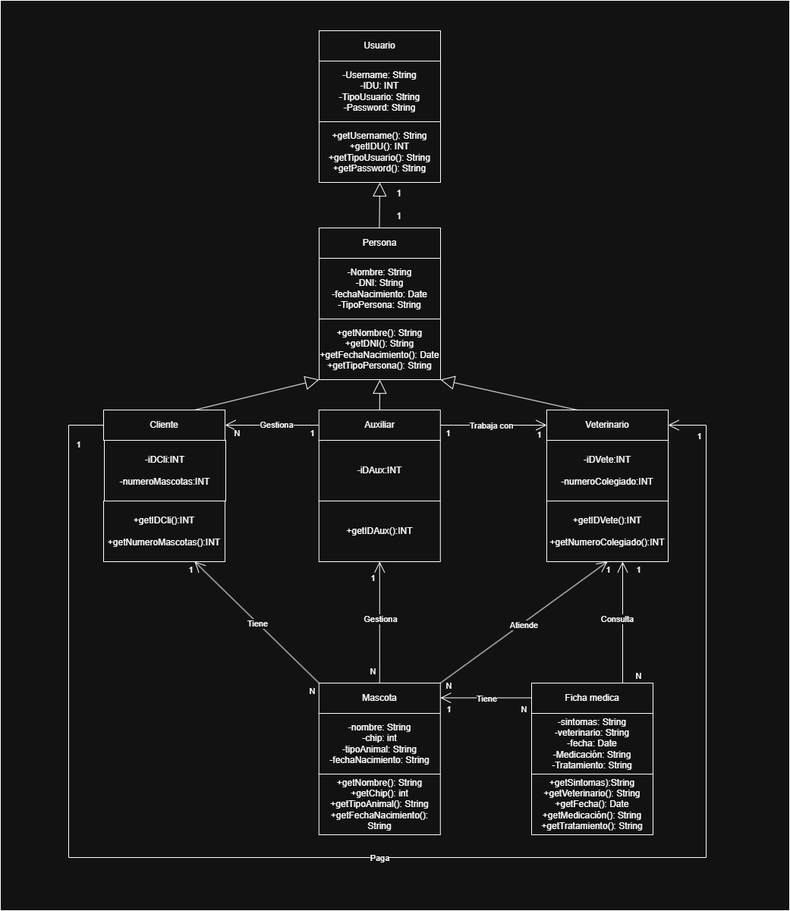
Before: Documentacion/UML Clases Clinica veterinaria PROYECTO.drawio.png, a diagram exported from draw.io (JuanAntonioMedac/ED_WEB_2024_2025). Source tidied: cells renumbered, new cells last; positions are measured from the earlier drawing's top-left corner, leaving out a move shared by most shapes.
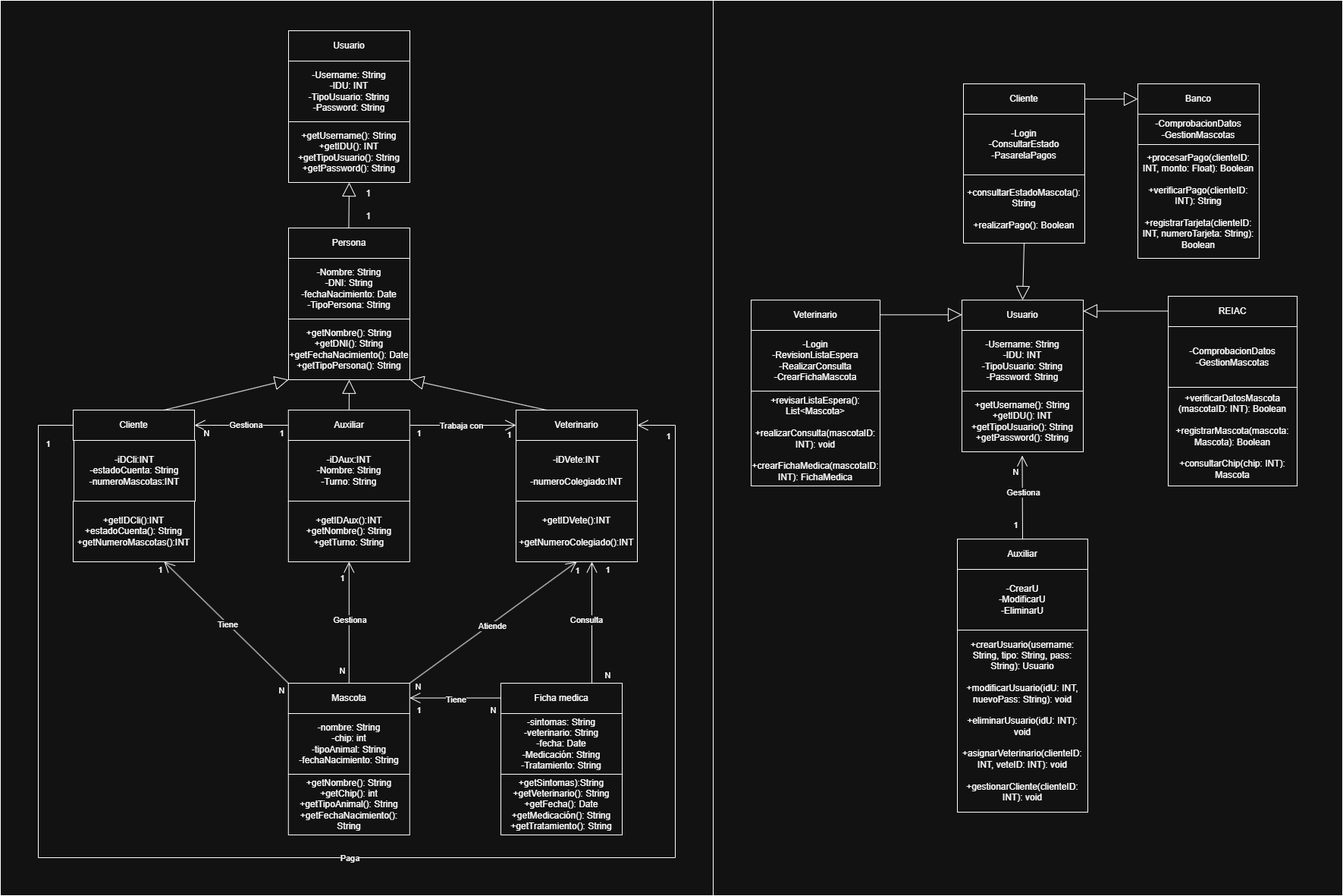
Above is the later version.

Diff of the diagram source:
```diff
@@ -2,16 +2,19 @@
   <root>
     <mxCell id="0" />
     <mxCell id="1" parent="0" />
-    <mxCell id="2" style="rounded=0;whiteSpace=wrap;html=1;" parent="1" vertex="1">
-      <mxGeometry width="1040" height="1200" as="geometry" />
-    </mxCell>
+    <mxCell id="63" style="rounded=0;whiteSpace=wrap;html=1;" parent="1" vertex="1">
+      <mxGeometry x="40" width="940" height="1180" as="geometry" />
+    </mxCell>
+    <mxCell id="64" style="rounded=0;whiteSpace=wrap;html=1;" parent="1" vertex="1">
+      <mxGeometry x="980" width="830" height="1180" as="geometry" />
+    </mxCell>
     <mxCell id="3" style="group;" parent="1" vertex="1">
       <mxGeometry x="280" y="300" width="440" height="760" as="geometry" />
     </mxCell>
     <mxCell id="4" value="Cliente" style="rounded=0;whiteSpace=wrap;html=1;" parent="3" vertex="1">
       <mxGeometry x="-144" y="240" width="160" height="40" as="geometry" />
     </mxCell>
-    <mxCell id="5" value="&lt;div&gt;-iDCli:INT&lt;/div&gt;&lt;div&gt;&lt;br&gt;&lt;/div&gt;-numeroMascotas:INT" style="rounded=0;whiteSpace=wrap;html=1;" parent="3" vertex="1">
+    <mxCell id="5" value="&lt;div&gt;-iDCli:INT&lt;/div&gt;&lt;div&gt;-estadoCuenta: String&lt;/div&gt;-numeroMascotas:INT" style="rounded=0;whiteSpace=wrap;html=1;" parent="3" vertex="1">
       <mxGeometry x="-143" y="280" width="160" height="80" as="geometry" />
     </mxCell>
     <mxCell id="6" value="Veterinario" style="rounded=0;whiteSpace=wrap;html=1;" parent="3" vertex="1">
@@ -26,7 +29,7 @@
     <mxCell id="9" value="+getNombre(): String&lt;br&gt;+getDNI(): String&lt;br&gt;+getFechaNacimiento(): Date&lt;div&gt;+getTipoPersona(): String&lt;/div&gt;" style="rounded=0;whiteSpace=wrap;html=1;" parent="3" vertex="1">
       <mxGeometry x="140" y="120" width="160" height="80" as="geometry" />
     </mxCell>
-    <mxCell id="10" value="&lt;div&gt;+getIDCli():INT&lt;/div&gt;&lt;div&gt;&lt;br&gt;&lt;/div&gt;+getNumeroMascotas():INT" style="rounded=0;whiteSpace=wrap;html=1;" parent="3" vertex="1">
+    <mxCell id="10" value="&lt;div&gt;+getIDCli():INT&lt;/div&gt;&lt;div&gt;+estadoCuenta(): String&lt;/div&gt;+getNumeroMascotas():INT" style="rounded=0;whiteSpace=wrap;html=1;" parent="3" vertex="1">
       <mxGeometry x="-144" y="360" width="160" height="80" as="geometry" />
     </mxCell>
     <mxCell id="11" value="&lt;div&gt;-iDVete:INT&lt;/div&gt;&lt;div&gt;&lt;br&gt;&lt;/div&gt;-numeroColegiado:INT" style="rounded=0;whiteSpace=wrap;html=1;" parent="3" vertex="1">
@@ -89,10 +92,10 @@
     <mxCell id="26" value="Auxiliar" style="rounded=0;whiteSpace=wrap;html=1;" parent="3" vertex="1">
       <mxGeometry x="139.8" y="240" width="160" height="40" as="geometry" />
     </mxCell>
-    <mxCell id="27" value="-iDAux:INT" style="rounded=0;whiteSpace=wrap;html=1;" parent="3" vertex="1">
+    <mxCell id="27" value="-iDAux:INT&lt;div&gt;-Nombre: String&lt;/div&gt;&lt;div&gt;-Turno: String&lt;/div&gt;" style="rounded=0;whiteSpace=wrap;html=1;" parent="3" vertex="1">
       <mxGeometry x="139.8" y="280" width="160" height="80" as="geometry" />
     </mxCell>
-    <mxCell id="28" value="+getIDAux():INT" style="rounded=0;whiteSpace=wrap;html=1;" parent="3" vertex="1">
+    <mxCell id="28" value="+getIDAux():INT&lt;div&gt;+getNombre(): String&lt;/div&gt;&lt;div&gt;+getTurno: String&lt;/div&gt;" style="rounded=0;whiteSpace=wrap;html=1;" parent="3" vertex="1">
       <mxGeometry x="139.8" y="360" width="160" height="80" as="geometry" />
     </mxCell>
     <mxCell id="29" style="endArrow=open;endFill=1;endSize=12;html=1;rounded=0;entryX=0.5;entryY=1;entryDx=0;entryDy=0;exitX=0.5;exitY=0;exitDx=0;exitDy=0;" parent="3" edge="1" source="14" target="28">
@@ -248,5 +251,100 @@
     <mxCell id="62" value="1" style="text;html=1;align=center;verticalAlign=middle;strokeColor=none;fillColor=none;" parent="1" vertex="1">
       <mxGeometry x="510" y="240" width="30" height="30" as="geometry" />
     </mxCell>
+    <mxCell id="65" value="Auxiliar" style="rounded=0;whiteSpace=wrap;html=1;" parent="1" vertex="1">
+      <mxGeometry x="1302" y="710" width="172" height="40" as="geometry" />
+    </mxCell>
+    <mxCell id="66" value="-CrearU&lt;div&gt;-ModificarU&lt;/div&gt;&lt;div&gt;-EliminarU&lt;/div&gt;" style="rounded=0;whiteSpace=wrap;html=1;" parent="1" vertex="1">
+      <mxGeometry x="1302" y="750" width="172" height="80" as="geometry" />
+    </mxCell>
+    <mxCell id="67" value="&lt;div&gt;+crearUsuario(username: String, tipo: String, pass: String): Usuario&lt;/div&gt;&lt;div&gt;&lt;br&gt;&lt;/div&gt;&lt;div&gt;+modificarUsuario(idU: INT, nuevoPass: String): void&lt;/div&gt;&lt;div&gt;&lt;br&gt;&lt;/div&gt;&lt;div&gt;+eliminarUsuario(idU: INT): void&lt;/div&gt;&lt;div&gt;&lt;br&gt;&lt;/div&gt;&lt;div&gt;+asignarVeterinario(clienteID: INT, veteID: INT): void&lt;/div&gt;&lt;div&gt;&lt;br&gt;&lt;/div&gt;&lt;div&gt;+gestionarCliente(clienteID: INT): void&lt;/div&gt;" style="rounded=0;whiteSpace=wrap;html=1;" parent="1" vertex="1">
+      <mxGeometry x="1302" y="830" width="172" height="240" as="geometry" />
+    </mxCell>
+    <mxCell id="68" style="endArrow=open;endFill=1;endSize=12;html=1;rounded=0;entryX=0.5;entryY=1;entryDx=0;entryDy=0;exitX=0.5;exitY=0;exitDx=0;exitDy=0;" parent="1" edge="1" source="65">
+      <mxGeometry relative="1" as="geometry">
+        <mxPoint x="1387.5" y="600" as="targetPoint" />
+      </mxGeometry>
+    </mxCell>
+    <mxCell id="69" value="Gestiona" style="edgeLabel;html=1;align=center;verticalAlign=middle;" parent="68" vertex="1">
+      <mxGeometry x="-0.07" y="9" relative="1" as="geometry">
+        <mxPoint x="9" y="-10" as="offset" />
+      </mxGeometry>
+    </mxCell>
+    <mxCell id="70" value="N" style="edgeLabel;html=1;align=center;verticalAlign=middle;" parent="68" vertex="1">
+      <mxGeometry x="0.65" y="-3" relative="1" as="geometry">
+        <mxPoint x="-13" y="1" as="offset" />
+      </mxGeometry>
+    </mxCell>
+    <mxCell id="71" value="1" style="edgeLabel;html=1;align=center;verticalAlign=middle;" parent="68" vertex="1">
+      <mxGeometry x="-0.58" y="4" relative="1" as="geometry">
+        <mxPoint x="-6" y="3" as="offset" />
+      </mxGeometry>
+    </mxCell>
+    <mxCell id="72" value="Usuario" style="rounded=0;whiteSpace=wrap;html=1;" parent="1" vertex="1">
+      <mxGeometry x="1308" y="395" width="160" height="40" as="geometry" />
+    </mxCell>
+    <mxCell id="73" value="-Username: String&lt;br&gt;-IDU: INT&lt;br&gt;-TipoUsuario: String&lt;div&gt;-Password: String&lt;/div&gt;" style="rounded=0;whiteSpace=wrap;html=1;" parent="1" vertex="1">
+      <mxGeometry x="1308" y="435" width="160" height="80" as="geometry" />
+    </mxCell>
+    <mxCell id="74" value="+getUsername(): String&lt;br&gt;+getIDU(): INT&lt;br&gt;+getTipoUsuario(): String&lt;div&gt;+getPassword(): String&lt;/div&gt;" style="rounded=0;whiteSpace=wrap;html=1;" parent="1" vertex="1">
+      <mxGeometry x="1308" y="515" width="160" height="80" as="geometry" />
+    </mxCell>
+    <mxCell id="75" value="-Login&lt;div&gt;-RevisionListaEspera&lt;/div&gt;&lt;div&gt;-RealizarConsulta&lt;/div&gt;&lt;div&gt;-CrearFichaMascota&lt;/div&gt;" style="rounded=0;whiteSpace=wrap;html=1;" parent="1" vertex="1">
+      <mxGeometry x="1030" y="435" width="170" height="80" as="geometry" />
+    </mxCell>
+    <mxCell id="76" value="&lt;div&gt;+revisarListaEspera(): List&amp;lt;Mascota&amp;gt;&lt;/div&gt;&lt;div&gt;&lt;br&gt;&lt;/div&gt;&lt;div&gt;+realizarConsulta(mascotaID: INT): void&lt;/div&gt;&lt;div&gt;&lt;br&gt;&lt;/div&gt;&lt;div&gt;+crearFichaMedica(mascotaID: INT): FichaMedica&lt;/div&gt;" style="rounded=0;whiteSpace=wrap;html=1;" parent="1" vertex="1">
+      <mxGeometry x="1030" y="515" width="170" height="125" as="geometry" />
+    </mxCell>
+    <mxCell id="77" value="-Login&lt;div&gt;-ConsultarEstado&lt;/div&gt;&lt;div&gt;-PasarelaPagos&lt;/div&gt;" style="rounded=0;whiteSpace=wrap;html=1;" parent="1" vertex="1">
+      <mxGeometry x="1310" y="150" width="160" height="80" as="geometry" />
+    </mxCell>
+    <mxCell id="78" value="&lt;div&gt;+consultarEstadoMascota(): String&lt;/div&gt;&lt;div&gt;&lt;br&gt;&lt;/div&gt;&lt;div&gt;+realizarPago(): Boolean&lt;/div&gt;" style="rounded=0;whiteSpace=wrap;html=1;" parent="1" vertex="1">
+      <mxGeometry x="1310" y="230" width="160" height="90" as="geometry" />
+    </mxCell>
+    <mxCell id="79" value="-ComprobacionDatos&lt;div&gt;-GestionMascotas&lt;/div&gt;" style="rounded=0;whiteSpace=wrap;html=1;" parent="1" vertex="1">
+      <mxGeometry x="1580" y="430" width="170" height="80" as="geometry" />
+    </mxCell>
+    <mxCell id="80" value="&lt;div&gt;+verificarDatosMascota&lt;/div&gt;&lt;div&gt;(mascotaID: INT): Boolean&lt;/div&gt;&lt;div&gt;&lt;br&gt;&lt;/div&gt;&lt;div&gt;+registrarMascota&lt;span style=&quot;background-color: transparent; color: light-dark(rgb(0, 0, 0), rgb(255, 255, 255));&quot;&gt;(mascota: Mascota): Boolean&lt;/span&gt;&lt;/div&gt;&lt;div&gt;&lt;br&gt;&lt;/div&gt;&lt;div&gt;+consultarChip(chip: INT): Mascota&lt;/div&gt;" style="rounded=0;whiteSpace=wrap;html=1;" parent="1" vertex="1">
+      <mxGeometry x="1580" y="510" width="170" height="130" as="geometry" />
+    </mxCell>
+    <mxCell id="81" style="endArrow=block;endSize=16;endFill=0;html=1;rounded=0;entryX=1;entryY=0.5;entryDx=0;entryDy=0;" parent="1" edge="1">
+      <mxGeometry relative="1" as="geometry">
+        <mxPoint x="1628" y="409.5" as="sourcePoint" />
+        <mxPoint x="1468" y="409.5" as="targetPoint" />
+      </mxGeometry>
+    </mxCell>
+    <mxCell id="82" style="endArrow=block;endSize=16;endFill=0;html=1;rounded=0;entryX=0.5;entryY=0;entryDx=0;entryDy=0;exitX=0.5;exitY=1;exitDx=0;exitDy=0;" parent="1" edge="1" source="78" target="72">
+      <mxGeometry relative="1" as="geometry" />
+    </mxCell>
+    <mxCell id="83" style="endArrow=block;endSize=16;endFill=0;html=1;rounded=0;entryX=0;entryY=1;entryDx=0;entryDy=0;exitX=1;exitY=1;exitDx=0;exitDy=0;" parent="1" edge="1">
+      <mxGeometry relative="1" as="geometry">
+        <mxPoint x="1190" y="414.4" as="sourcePoint" />
+        <mxPoint x="1308" y="414.4" as="targetPoint" />
+      </mxGeometry>
+    </mxCell>
+    <mxCell id="84" value="Banco" style="rounded=0;whiteSpace=wrap;html=1;" parent="1" vertex="1">
+      <mxGeometry x="1540" y="110" width="160" height="40" as="geometry" />
+    </mxCell>
+    <mxCell id="85" value="-ComprobacionDatos&lt;div&gt;-GestionMascotas&lt;/div&gt;" style="rounded=0;whiteSpace=wrap;html=1;" parent="1" vertex="1">
+      <mxGeometry x="1540" y="150" width="160" height="40" as="geometry" />
+    </mxCell>
+    <mxCell id="86" value="&lt;div&gt;+procesarPago(clienteID: INT, monto: Float): Boolean&lt;/div&gt;&lt;div&gt;&lt;br&gt;&lt;/div&gt;&lt;div&gt;+verificarPago(clienteID: INT): String&lt;/div&gt;&lt;div&gt;&lt;br&gt;&lt;/div&gt;&lt;div&gt;+registrarTarjeta(clienteID: INT, numeroTarjeta: String): Boolean&lt;/div&gt;" style="rounded=0;whiteSpace=wrap;html=1;" parent="1" vertex="1">
+      <mxGeometry x="1540" y="190" width="160" height="150" as="geometry" />
+    </mxCell>
+    <mxCell id="87" style="endArrow=block;endSize=16;endFill=0;html=1;rounded=0;" parent="1" edge="1">
+      <mxGeometry relative="1" as="geometry">
+        <mxPoint x="1470" y="130" as="sourcePoint" />
+        <mxPoint x="1540" y="130" as="targetPoint" />
+      </mxGeometry>
+    </mxCell>
+    <mxCell id="88" value="Cliente" style="rounded=0;whiteSpace=wrap;html=1;" parent="1" vertex="1">
+      <mxGeometry x="1310" y="110" width="160" height="40" as="geometry" />
+    </mxCell>
+    <mxCell id="89" value="REIAC" style="rounded=0;whiteSpace=wrap;html=1;" parent="1" vertex="1">
+      <mxGeometry x="1580" y="390" width="170" height="40" as="geometry" />
+    </mxCell>
+    <mxCell id="90" value="Veterinario" style="rounded=0;whiteSpace=wrap;html=1;" parent="1" vertex="1">
+      <mxGeometry x="1030" y="395" width="170" height="40" as="geometry" />
+    </mxCell>
   </root>
 </mxGraphModel>
```
